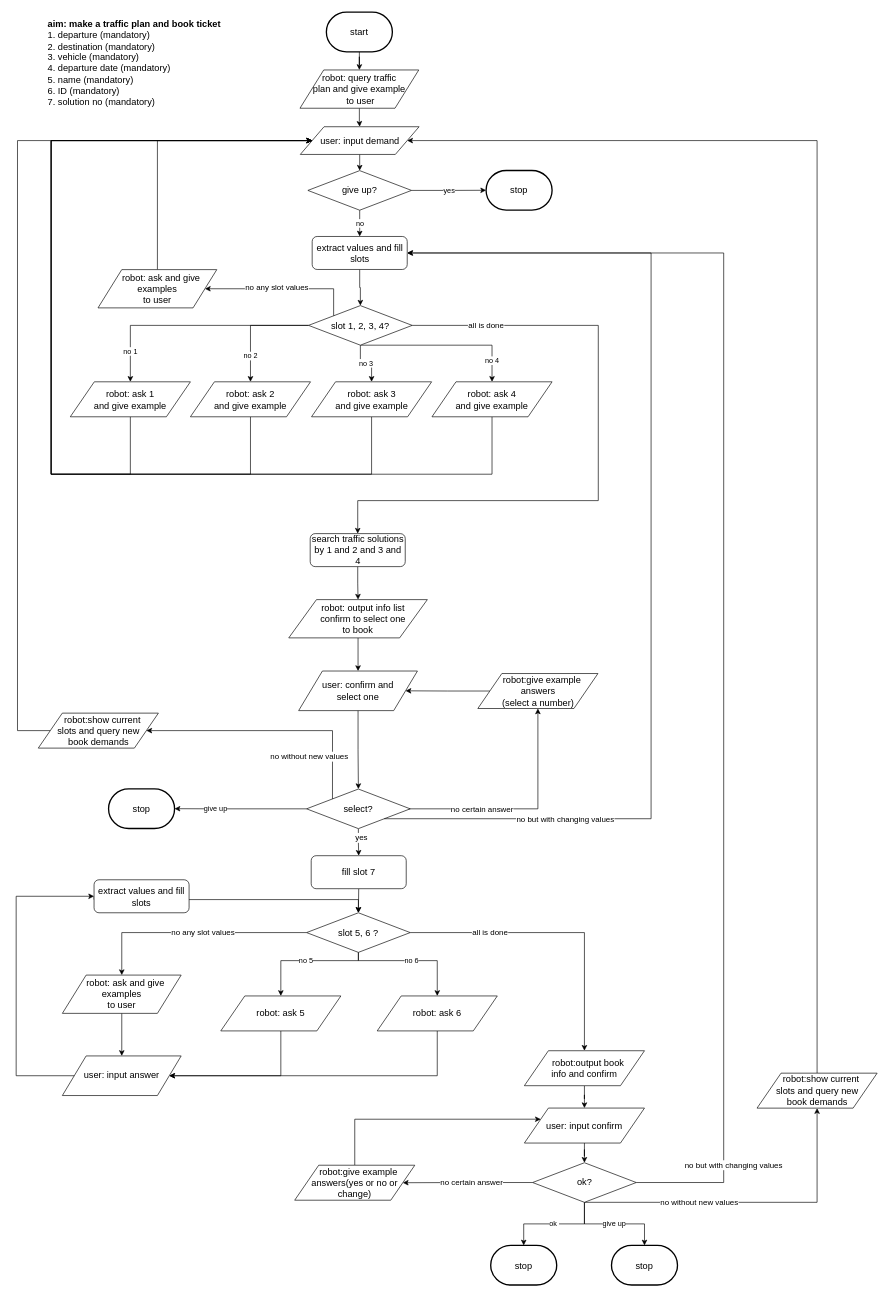
This is flow_diagram/book_plan.drawio from ricosr/travel_consult_chatbot, a draw.io file, before an edit. Source tidied: cells renumbered, new cells numbered last; positions are measured from the earlier drawing's top-left corner, leaving out a move shared by most shapes. Both pictures are drawn from the tidied source at 66%, with x=0, y=0 at pixel (16, 12).
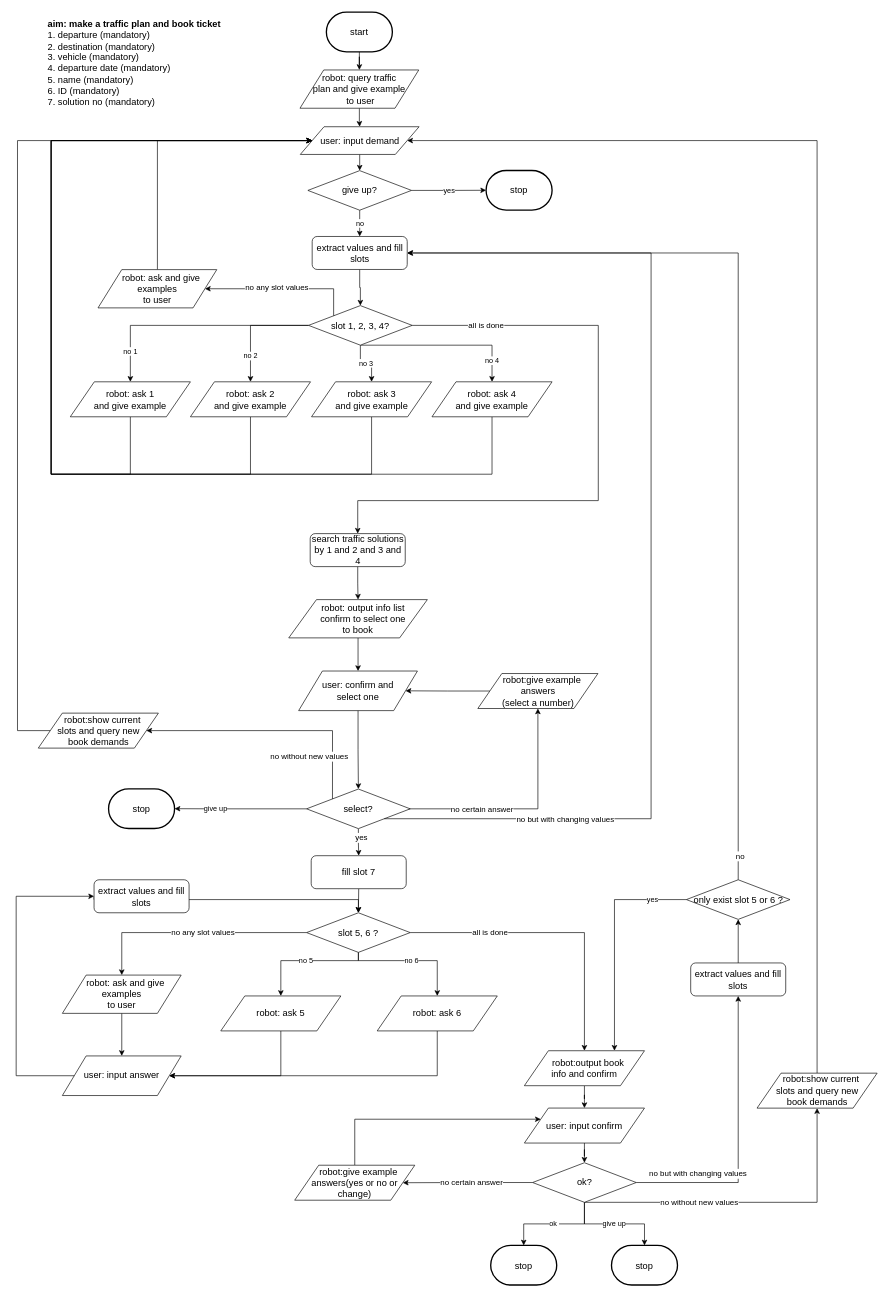
The same page after the edit.

The change refers to these unchanged cells:
```xml
<mxCell id="48" value="&lt;span style=&quot;font-size: 14px&quot;&gt;&amp;nbsp; &amp;nbsp;robot:output book&lt;br&gt;info and confirm&lt;/span&gt;" style="shape=parallelogram;perimeter=parallelogramPerimeter;whiteSpace=wrap;html=1;" parent="1" vertex="1">
  <mxGeometry x="770" y="1573.5" width="182" height="53" as="geometry" />
</mxCell>
<mxCell id="59" value="&lt;font style=&quot;font-size: 14px&quot;&gt;ok?&lt;br&gt;&lt;/font&gt;" style="rhombus;whiteSpace=wrap;html=1;" parent="1" vertex="1">
  <mxGeometry x="782.5" y="1743.2" width="157" height="60" as="geometry" />
</mxCell>
<mxCell id="70" value="&lt;font style=&quot;font-size: 14px&quot;&gt;extract values and fill slots&lt;/font&gt;" style="rounded=1;whiteSpace=wrap;html=1;" parent="1" vertex="1">
  <mxGeometry x="448.5" y="339.8" width="144" height="50" as="geometry" />
</mxCell>
```

Change to the diagram source:
```diff
@@
-    <mxCell id="54" style="edgeStyle=orthogonalEdgeStyle;rounded=0;jettySize=auto;html=1;exitX=1;exitY=0.5;exitDx=0;exitDy=0;entryX=1;entryY=0.5;entryDx=0;entryDy=0;" parent="1" edge="1" source="59" target="70">
+    <mxCell id="54" style="edgeStyle=orthogonalEdgeStyle;rounded=0;jettySize=auto;html=1;exitX=1;exitY=0.5;exitDx=0;exitDy=0;entryX=0.5;entryY=1;entryDx=0;entryDy=0;" parent="1" edge="1" source="59" target="94">
       <mxGeometry relative="1" as="geometry">
         <Array as="points">
-          <mxPoint x="1072" y="1773" />
-          <mxPoint x="1072" y="365" />
+          <mxPoint x="1094" y="1773" />
         </Array>
       </mxGeometry>
     </mxCell>
     <mxCell id="55" value="no but with changing values" style="text;html=1;align=center;verticalAlign=middle;labelBackgroundColor=#ffffff;" parent="54" vertex="1">
       <mxGeometry x="-0.87" y="4" relative="1" as="geometry">
-        <mxPoint x="16" y="-22.5" as="offset" />
+        <mxPoint x="65" y="-9.5" as="offset" />
       </mxGeometry>
     </mxCell>
@@
+    <mxCell id="93" style="edgeStyle=orthogonalEdgeStyle;rounded=0;jettySize=auto;html=1;exitX=0.5;exitY=0;exitDx=0;exitDy=0;entryX=0.5;entryY=1;entryDx=0;entryDy=0;" parent="1" edge="1" source="94" target="98">
+      <mxGeometry relative="1" as="geometry" />
+    </mxCell>
+    <mxCell id="94" value="&lt;font style=&quot;font-size: 14px&quot;&gt;extract values and fill slots&lt;/font&gt;" style="rounded=1;whiteSpace=wrap;html=1;" parent="1" vertex="1">
+      <mxGeometry x="1022" y="1440.5" width="144" height="50" as="geometry" />
+    </mxCell>
+    <mxCell id="95" value="yes" style="edgeStyle=orthogonalEdgeStyle;rounded=0;jettySize=auto;html=1;exitX=0;exitY=0.5;exitDx=0;exitDy=0;entryX=0.75;entryY=0;entryDx=0;entryDy=0;" parent="1" edge="1" source="98" target="48">
+      <mxGeometry x="-0.69" relative="1" as="geometry" />
+    </mxCell>
+    <mxCell id="96" style="edgeStyle=orthogonalEdgeStyle;rounded=0;jettySize=auto;html=1;exitX=0.5;exitY=0;exitDx=0;exitDy=0;entryX=1;entryY=0.5;entryDx=0;entryDy=0;" parent="1" edge="1" source="98" target="70">
+      <mxGeometry relative="1" as="geometry" />
+    </mxCell>
+    <mxCell id="97" value="no" style="text;html=1;align=center;verticalAlign=middle;labelBackgroundColor=#ffffff;" parent="96" vertex="1">
+      <mxGeometry x="-0.95" y="-2" relative="1" as="geometry" />
+    </mxCell>
+    <mxCell id="98" value="&lt;font style=&quot;font-size: 14px&quot;&gt;only exist slot 5 or 6 ?&lt;br&gt;&lt;/font&gt;" style="rhombus;whiteSpace=wrap;html=1;" parent="1" vertex="1">
+      <mxGeometry x="1015.5" y="1314.5" width="157" height="60" as="geometry" />
+    </mxCell>
```
